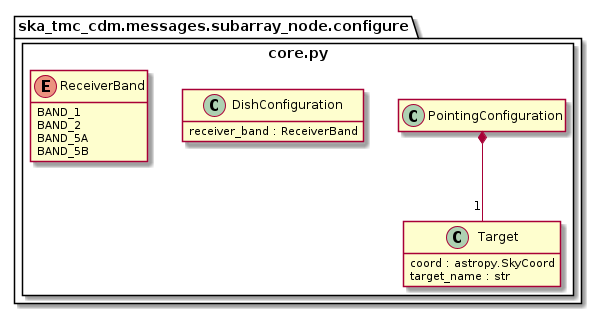
Above: docs/src/developer/subarraynode/core.png in ska-telescope/cdm-shared-library (PlantUML), before the change.
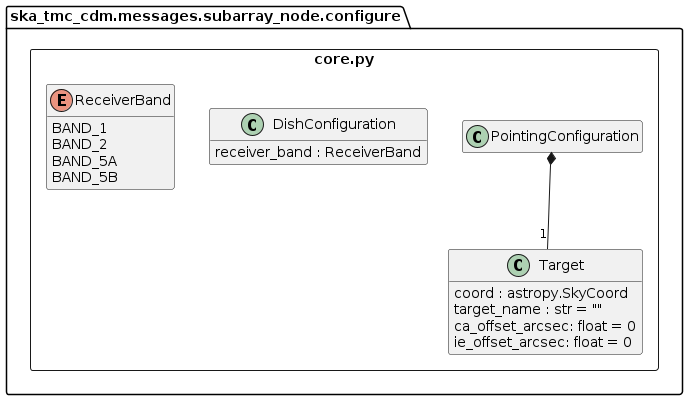
Above is the later version.

Commit message:
BTN-2053: Updates PUML class diagrams

The edit, as a diff of the source:
```diff
@@ -7,14 +7,16 @@
 
 		class Target {
 			coord : astropy.SkyCoord
-			target_name : str
+			target_name : str = ""
+			ca_offset_arcsec: float = 0
+			ie_offset_arcsec: float = 0
 		}
 
 		class PointingConfiguration
 		PointingConfiguration *-- "1" Target
 
 		class DishConfiguration {
-            receiver_band : ReceiverBand
+			receiver_band : ReceiverBand
 		}
 
 		enum ReceiverBand {
```
